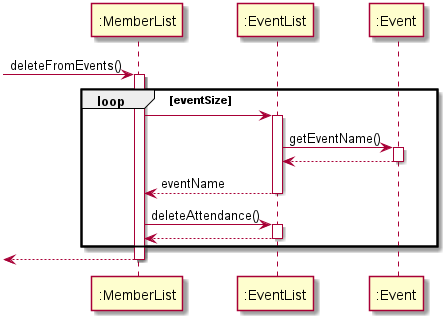
Earlier version of the PlantUML export docs/hrDiagramPic/DeleteFromEvents.png (nus-cs2113-AY2021S1/tp).
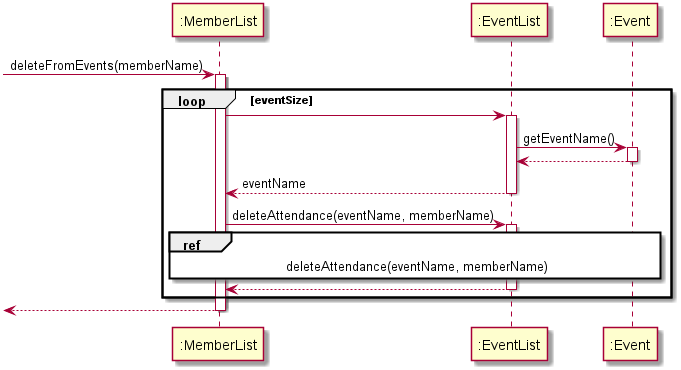
After the change.

Change to the diagram source:
```diff
@@ -1,5 +1,5 @@
 @startuml
--> ":MemberList" : deleteFromEvents()
+-> ":MemberList" : deleteFromEvents(memberName)
 activate ":MemberList"
 loop eventSize
 ":MemberList" -> ":EventList"
@@ -10,7 +10,10 @@
 deactivate ":Event"
 ":EventList" --> ":MemberList" : eventName
 deactivate ":EventList"
-":MemberList" -> ":EventList" : deleteAttendance()
+":MemberList" -> ":EventList" : deleteAttendance(eventName, memberName)
+ref over ":MemberList", ":EventList", ":Event"
+deleteAttendance(eventName, memberName)
+end ref
 activate ":EventList"
 ":EventList" --> ":MemberList"
 deactivate ":EventList"
```
